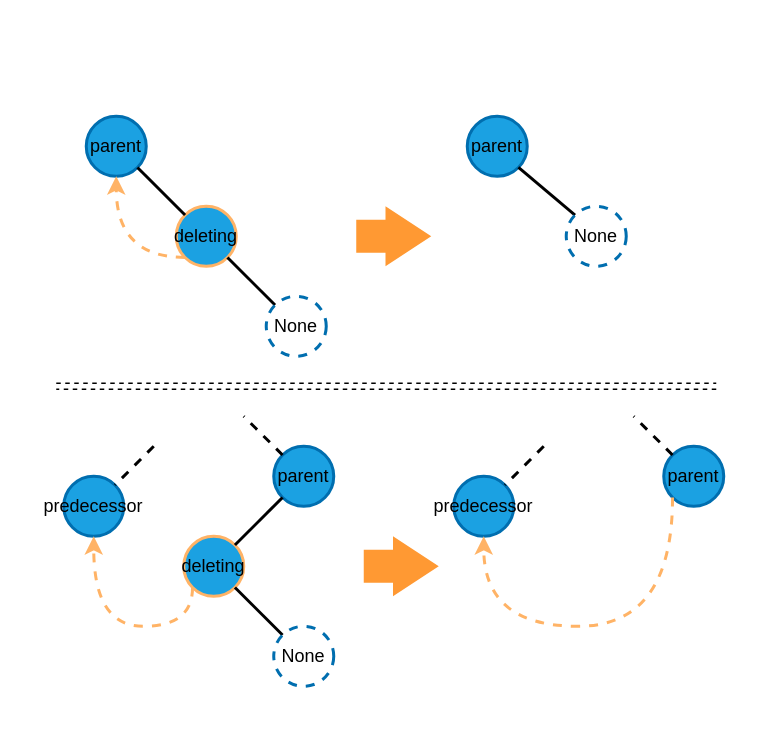
Above: page "no_child" (1 of 6) of diagrams/left_tbst_delete.drawio in shunsvineyard/pyforest (draw.io), before the change. Source tidied: cells renumbered, new cells numbered last; positions are measured from the earlier drawing's top-left corner, leaving out a move shared by most shapes. Both pictures are drawn from the tidied source at 150%, with x=0, y=0 at pixel (26, 86).
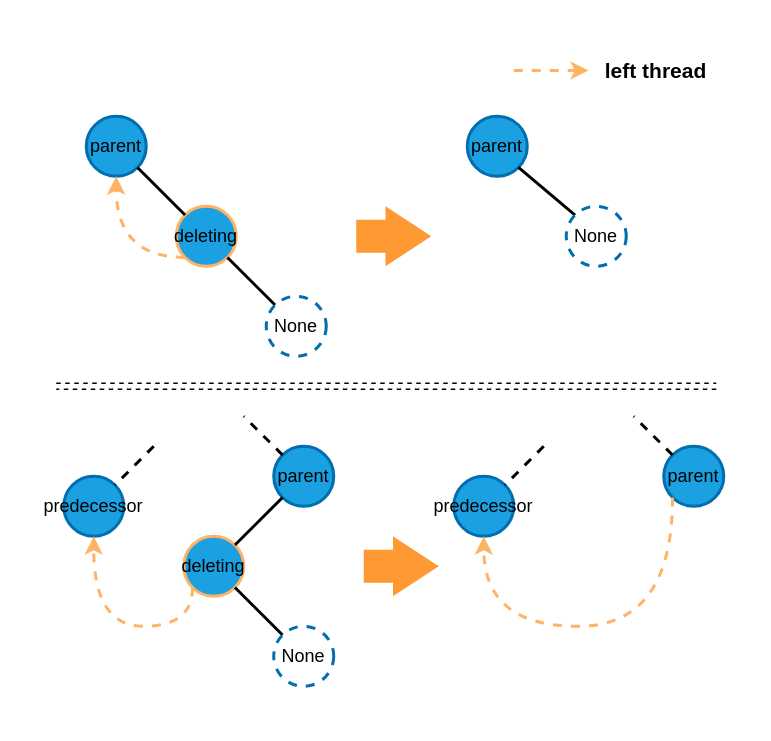
Above is the later version.

Diff of the diagram source:
```diff
@@
     <mxCell id="2" style="rounded=0;whiteSpace=wrap;html=1;fillColor=#FFFFFF;strokeColor=none;" parent="1" vertex="1">
-      <mxGeometry width="480" height="420" as="geometry" />
+      <mxGeometry y="-40" width="480" height="460" as="geometry" />
     </mxCell>
@@
+    <mxCell id="29" style="endArrow=classic;html=1;dashed=1;strokeColor=#FFB366;strokeWidth=2;" parent="1" edge="1">
+      <mxGeometry relative="1" as="geometry">
+        <mxPoint x="325" y="-10.5" as="sourcePoint" />
+        <mxPoint x="375" y="-10.5" as="targetPoint" />
+      </mxGeometry>
+    </mxCell>
+    <mxCell id="30" value="&lt;font color=&quot;#000000&quot; style=&quot;font-size: 14px&quot;&gt;&lt;b&gt;left thread&lt;/b&gt;&lt;/font&gt;" style="text;html=1;strokeColor=none;fillColor=none;align=center;verticalAlign=middle;whiteSpace=wrap;rounded=0;" parent="1" vertex="1">
+      <mxGeometry x="375" y="-20" width="90" height="20" as="geometry" />
+    </mxCell>
```
